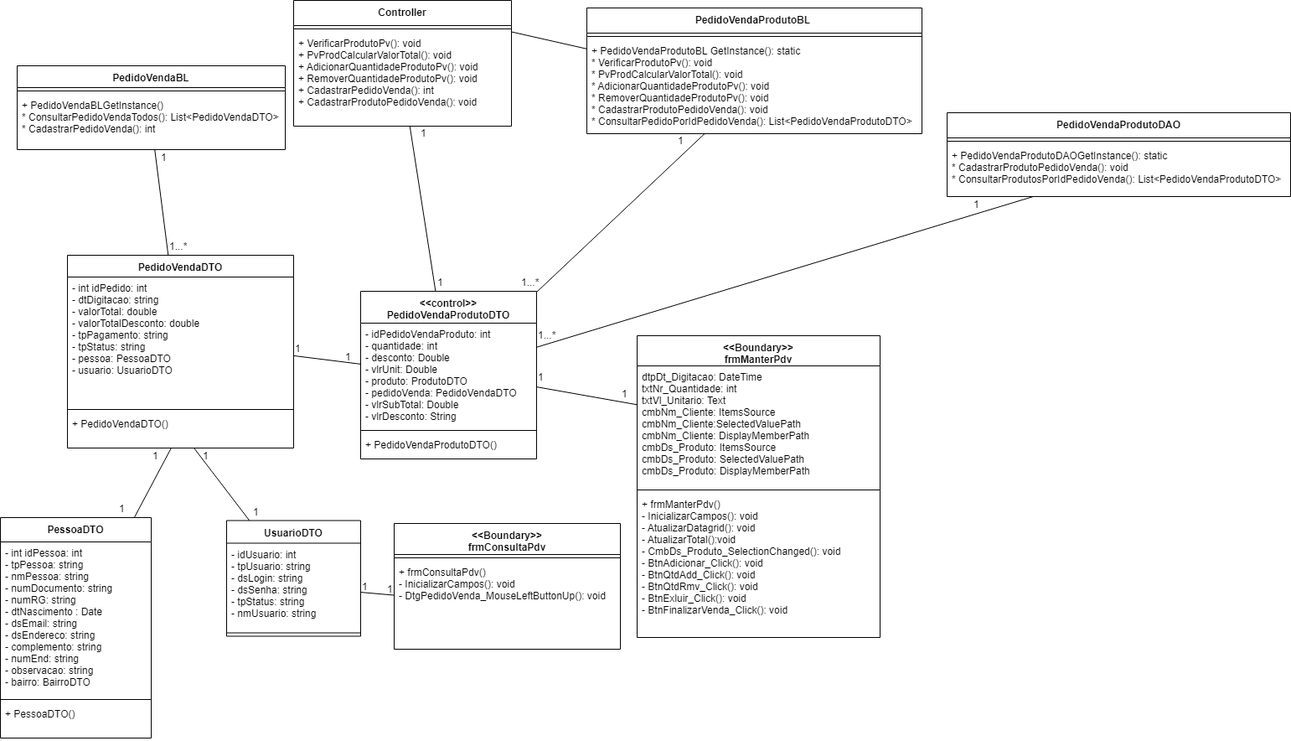
Earlier version of the draw.io export Documentação/Diagramas/Diagrama de Classes/ProdutoVendaDoc.png (System4Developers/pimADS4). Source tidied: cells renumbered, new cells last; positions are measured from the earlier drawing's top-left corner, leaving out a move shared by most shapes.
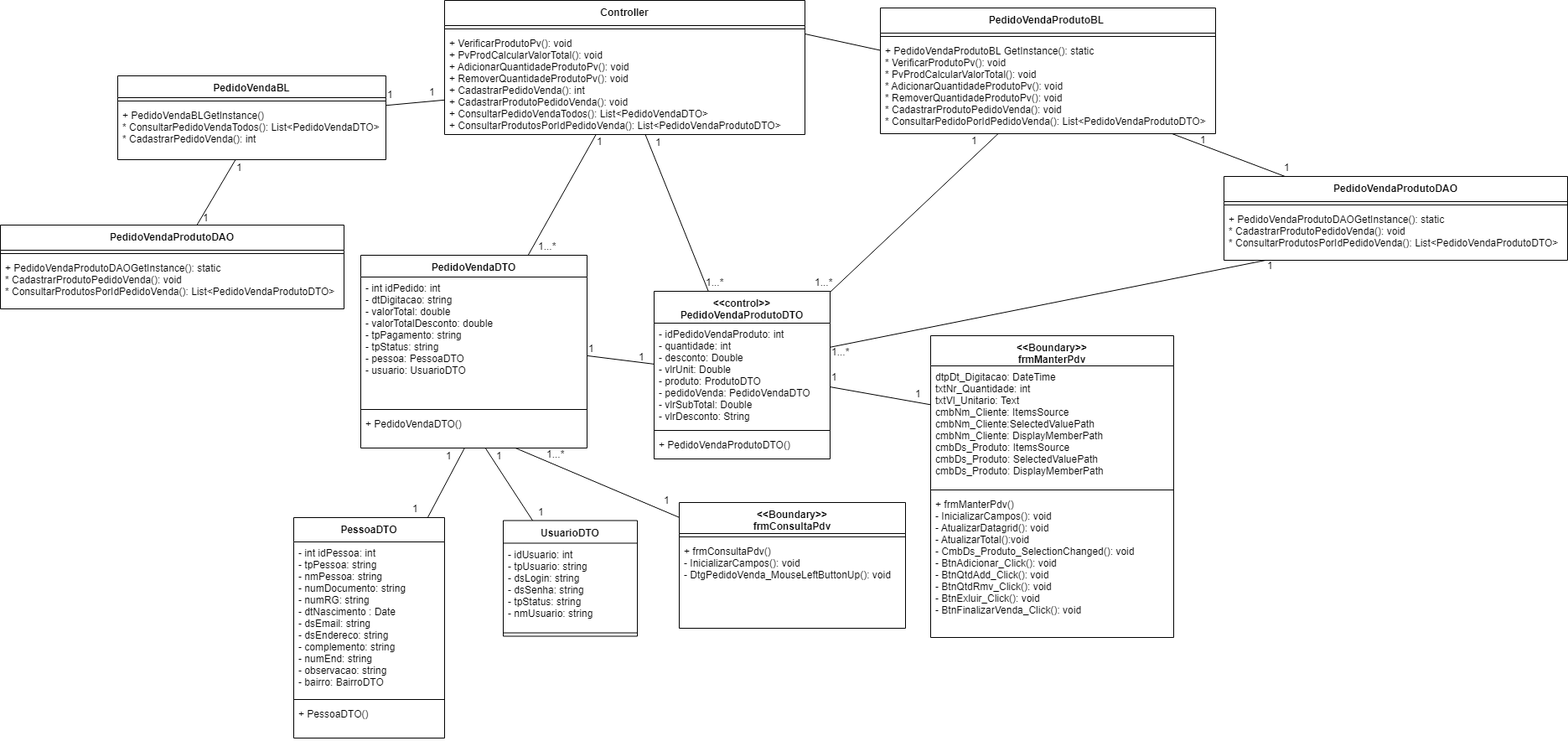
Later version of the same file.

Commit message:
subi resto de diagrama

Diff of the diagram source:
```diff
@@ -15,13 +15,13 @@
       <mxGeometry y="188" width="290" height="172" as="geometry" />
     </mxCell>
     <mxCell id="6" value="Controller" style="swimlane;fontStyle=1;align=center;verticalAlign=top;horizontal=1;startSize=30;" parent="1" vertex="1">
-      <mxGeometry x="350" width="260" height="150" as="geometry" />
+      <mxGeometry x="180" width="430" height="160" as="geometry" />
     </mxCell>
     <mxCell id="7" style="line;strokeWidth=1;fillColor=none;align=left;verticalAlign=middle;spacingTop=-1;spacingLeft=3;spacingRight=3;labelPosition=right;" parent="6" vertex="1">
-      <mxGeometry y="30" width="260" height="8" as="geometry" />
+      <mxGeometry y="30" width="430" height="8" as="geometry" />
     </mxCell>
-    <mxCell id="8" value="+ VerificarProdutoPv(): void&#10;+ PvProdCalcularValorTotal(): void&#10;+ AdicionarQuantidadeProdutoPv(): void&#10;+ RemoverQuantidadeProdutoPv(): void&#10;+ CadastrarPedidoVenda(): int&#10;+ CadastrarProdutoPedidoVenda(): void&#10;" style="text;strokeColor=none;fillColor=none;align=left;verticalAlign=top;spacingLeft=4;spacingRight=4;overflow=hidden;points=[[0,0.5],[1,0.5]];portConstraint=eastwest;" parent="6" vertex="1">
-      <mxGeometry y="38" width="260" height="112" as="geometry" />
+    <mxCell id="8" value="+ VerificarProdutoPv(): void&#10;+ PvProdCalcularValorTotal(): void&#10;+ AdicionarQuantidadeProdutoPv(): void&#10;+ RemoverQuantidadeProdutoPv(): void&#10;+ CadastrarPedidoVenda(): int&#10;+ CadastrarProdutoPedidoVenda(): void&#10;+ ConsultarPedidoVendaTodos(): List&lt;PedidoVendaDTO&gt;&#10;+ ConsultarProdutosPorIdPedidoVenda(): List&lt;PedidoVendaProdutoDTO&gt;" style="text;strokeColor=none;fillColor=none;align=left;verticalAlign=top;spacingLeft=4;spacingRight=4;overflow=hidden;points=[[0,0.5],[1,0.5]];portConstraint=eastwest;" parent="6" vertex="1">
+      <mxGeometry y="38" width="430" height="122" as="geometry" />
     </mxCell>
     <mxCell id="9" value="PedidoVendaProdutoBL " style="swimlane;fontStyle=1;align=center;verticalAlign=top;horizontal=1;startSize=30;" parent="1" vertex="1">
       <mxGeometry x="700" y="9" width="400" height="150" as="geometry" />
@@ -33,7 +33,7 @@
       <mxGeometry y="38" width="400" height="112" as="geometry" />
     </mxCell>
     <mxCell id="12" value="PedidoVendaProdutoDAO" style="swimlane;fontStyle=1;align=center;verticalAlign=top;horizontal=1;startSize=30;" parent="1" vertex="1">
-      <mxGeometry x="1130" y="134" width="410" height="100" as="geometry" />
+      <mxGeometry x="1110" y="210" width="410" height="100" as="geometry" />
     </mxCell>
     <mxCell id="13" style="line;strokeWidth=1;fillColor=none;align=left;verticalAlign=middle;spacingTop=-1;spacingLeft=3;spacingRight=3;labelPosition=right;" parent="12" vertex="1">
       <mxGeometry y="30" width="410" height="8" as="geometry" />
@@ -97,7 +97,7 @@
       <mxGeometry y="221" width="180" height="42" as="geometry" />
     </mxCell>
     <mxCell id="32" value="UsuarioDTO" style="swimlane;fontStyle=1;align=center;verticalAlign=top;horizontal=1;startSize=27;" parent="1" vertex="1">
-      <mxGeometry x="270" y="620.5" width="160" height="138" as="geometry" />
+      <mxGeometry x="250" y="620.5" width="160" height="138" as="geometry" />
     </mxCell>
     <mxCell id="33" value="- idUsuario: int&#10;- tpUsuario: string&#10;- dsLogin: string&#10;- dsSenha: string&#10;- tpStatus: string&#10;- nmUsuario: string" style="text;strokeColor=none;fillColor=none;align=left;verticalAlign=top;spacingLeft=4;spacingRight=4;overflow=hidden;points=[[0,0.5],[1,0.5]];portConstraint=eastwest;" parent="32" vertex="1">
       <mxGeometry y="27" width="160" height="103" as="geometry" />
@@ -106,7 +106,7 @@
       <mxGeometry y="130" width="160" height="8" as="geometry" />
     </mxCell>
     <mxCell id="35" value="PedidoVendaBL" style="swimlane;fontStyle=1;align=center;verticalAlign=top;horizontal=1;startSize=26;" parent="1" vertex="1">
-      <mxGeometry x="20" y="78" width="320" height="100" as="geometry" />
+      <mxGeometry x="-210" y="90" width="320" height="100" as="geometry" />
     </mxCell>
     <mxCell id="36" style="line;strokeWidth=1;fillColor=none;align=left;verticalAlign=middle;spacingTop=-1;spacingLeft=3;spacingRight=3;labelPosition=right;" parent="35" vertex="1">
       <mxGeometry y="26" width="320" height="8" as="geometry" />
@@ -120,14 +120,14 @@
     <mxCell id="39" style="endArrow=none;html=1;" parent="1" edge="1" source="27" target="28">
       <mxGeometry relative="1" as="geometry" />
     </mxCell>
-    <mxCell id="40" style="endArrow=none;html=1;" parent="1" edge="1" source="37" target="24">
+    <mxCell id="40" style="endArrow=none;html=1;" parent="1" edge="1" source="8" target="24">
       <mxGeometry relative="1" as="geometry" />
     </mxCell>
     <mxCell id="41" style="endArrow=none;html=1;" parent="1" edge="1" source="25" target="21">
       <mxGeometry relative="1" as="geometry" />
     </mxCell>
     <mxCell id="42" value="1&lt;br&gt;" style="text;html=1;align=left;verticalAlign=top;spacingTop=-4;" parent="1" vertex="1">
-      <mxGeometry x="300" y="600.5" width="20" height="20" as="geometry" />
+      <mxGeometry x="290" y="600.5" width="20" height="20" as="geometry" />
     </mxCell>
     <mxCell id="43" value="1&lt;br&gt;" style="text;html=1;align=left;verticalAlign=top;spacingTop=-4;" parent="1" vertex="1">
       <mxGeometry x="240" y="534" width="20" height="20" as="geometry" />
@@ -145,16 +145,16 @@
       <mxGeometry x="350" y="406" width="20" height="20" as="geometry" />
     </mxCell>
     <mxCell id="48" value="1&lt;br&gt;" style="text;html=1;align=left;verticalAlign=top;spacingTop=-4;" parent="1" vertex="1">
-      <mxGeometry x="190" y="178" width="20" height="20" as="geometry" />
+      <mxGeometry x="360" y="159" width="20" height="20" as="geometry" />
     </mxCell>
     <mxCell id="49" value="1...*" style="text;html=1;align=left;verticalAlign=top;spacingTop=-4;" parent="1" vertex="1">
-      <mxGeometry x="200" y="284" width="40" height="20" as="geometry" />
+      <mxGeometry x="290" y="284" width="40" height="20" as="geometry" />
     </mxCell>
     <mxCell id="50" value="1&lt;br&gt;" style="text;html=1;align=left;verticalAlign=top;spacingTop=-4;" parent="1" vertex="1">
-      <mxGeometry x="500" y="149" width="20" height="20" as="geometry" />
+      <mxGeometry x="430" y="160" width="20" height="20" as="geometry" />
     </mxCell>
-    <mxCell id="51" value="1" style="text;html=1;align=left;verticalAlign=top;spacingTop=-4;" parent="1" vertex="1">
-      <mxGeometry x="520" y="327" width="20" height="20" as="geometry" />
+    <mxCell id="51" value="1...*" style="text;html=1;align=left;verticalAlign=top;spacingTop=-4;" parent="1" vertex="1">
+      <mxGeometry x="490" y="327" width="40" height="20" as="geometry" />
     </mxCell>
     <mxCell id="52" value="1...*" style="text;html=1;align=left;verticalAlign=top;spacingTop=-4;" parent="1" vertex="1">
       <mxGeometry x="620" y="327" width="40" height="20" as="geometry" />
@@ -163,10 +163,10 @@
       <mxGeometry x="807" y="158" width="20" height="20" as="geometry" />
     </mxCell>
     <mxCell id="54" value="1...*" style="text;html=1;align=left;verticalAlign=top;spacingTop=-4;" parent="1" vertex="1">
-      <mxGeometry x="640" y="390" width="40" height="20" as="geometry" />
+      <mxGeometry x="640" y="410" width="40" height="20" as="geometry" />
     </mxCell>
     <mxCell id="55" value="1&lt;br&gt;" style="text;html=1;align=left;verticalAlign=top;spacingTop=-4;" parent="1" vertex="1">
-      <mxGeometry x="1160" y="234" width="20" height="20" as="geometry" />
+      <mxGeometry x="1160" y="307" width="20" height="20" as="geometry" />
     </mxCell>
     <mxCell id="56" value="1&lt;br&gt;" style="text;html=1;align=left;verticalAlign=top;spacingTop=-4;" parent="1" vertex="1">
       <mxGeometry x="640" y="440" width="20" height="20" as="geometry" />
@@ -175,7 +175,7 @@
       <mxGeometry x="740" y="460" width="20" height="20" as="geometry" />
     </mxCell>
     <mxCell id="58" value="&lt;&lt;Boundary&gt;&gt;&#10;frmConsultaPdv" style="swimlane;fontStyle=1;align=center;verticalAlign=top;horizontal=1;startSize=37;" parent="1" vertex="1">
-      <mxGeometry x="470" y="624" width="270" height="150" as="geometry" />
+      <mxGeometry x="460" y="599" width="270" height="150" as="geometry" />
     </mxCell>
     <mxCell id="59" style="line;strokeWidth=1;fillColor=none;align=left;verticalAlign=middle;spacingTop=-1;spacingLeft=3;spacingRight=3;labelPosition=right;" parent="58" vertex="1">
       <mxGeometry y="37" width="270" height="8" as="geometry" />
@@ -183,14 +183,50 @@
     <mxCell id="60" value="+ frmConsultaPdv()&#10;- InicializarCampos(): void&#10;- DtgPedidoVenda_MouseLeftButtonUp(): void&#10;" style="text;strokeColor=none;fillColor=none;align=left;verticalAlign=top;spacingLeft=4;spacingRight=4;overflow=hidden;points=[[0,0.5],[1,0.5]];portConstraint=eastwest;" parent="58" vertex="1">
       <mxGeometry y="45" width="270" height="105" as="geometry" />
     </mxCell>
-    <mxCell id="61" style="endArrow=none;html=1;" parent="1" edge="1" source="33" target="60">
+    <mxCell id="61" style="endArrow=none;html=1;" parent="1" edge="1" source="27" target="58">
       <mxGeometry relative="1" as="geometry" />
     </mxCell>
-    <mxCell id="62" value="1&lt;br&gt;" style="text;html=1;align=left;verticalAlign=top;spacingTop=-4;" parent="1" vertex="1">
-      <mxGeometry x="430" y="689.5" width="20" height="20" as="geometry" />
+    <mxCell id="62" value="1...*" style="text;html=1;align=left;verticalAlign=top;spacingTop=-4;" parent="1" vertex="1">
+      <mxGeometry x="300" y="531.5" width="40" height="20" as="geometry" />
     </mxCell>
     <mxCell id="63" value="1&lt;br&gt;" style="text;html=1;align=left;verticalAlign=top;spacingTop=-4;" parent="1" vertex="1">
-      <mxGeometry x="460" y="692.5" width="20" height="20" as="geometry" />
+      <mxGeometry x="440" y="587" width="20" height="20" as="geometry" />
     </mxCell>
+    <mxCell id="64" style="endArrow=none;html=1;" parent="1" edge="1" source="11" target="12">
+      <mxGeometry relative="1" as="geometry" />
+    </mxCell>
+    <mxCell id="65" style="endArrow=none;html=1;" parent="1" edge="1" source="8" target="35">
+      <mxGeometry relative="1" as="geometry" />
+    </mxCell>
+    <mxCell id="66" value="PedidoVendaProdutoDAO" style="swimlane;fontStyle=1;align=center;verticalAlign=top;horizontal=1;startSize=30;" parent="1" vertex="1">
+      <mxGeometry x="-350" y="268" width="410" height="100" as="geometry" />
+    </mxCell>
+    <mxCell id="67" style="line;strokeWidth=1;fillColor=none;align=left;verticalAlign=middle;spacingTop=-1;spacingLeft=3;spacingRight=3;labelPosition=right;" parent="66" vertex="1">
+      <mxGeometry y="30" width="410" height="8" as="geometry" />
+    </mxCell>
+    <mxCell id="68" value="+ PedidoVendaProdutoDAOGetInstance(): static&#10;* CadastrarProdutoPedidoVenda(): void&#10;* ConsultarProdutosPorIdPedidoVenda(): List&lt;PedidoVendaProdutoDTO&gt;&#10;" style="text;strokeColor=none;fillColor=none;align=left;verticalAlign=top;spacingLeft=4;spacingRight=4;overflow=hidden;" parent="66" vertex="1">
+      <mxGeometry y="38" width="410" height="62" as="geometry" />
+    </mxCell>
+    <mxCell id="69" style="endArrow=none;html=1;" parent="1" edge="1" source="66" target="37">
+      <mxGeometry relative="1" as="geometry" />
+    </mxCell>
+    <mxCell id="70" value="1" style="text;html=1;align=left;verticalAlign=top;spacingTop=-4;" parent="1" vertex="1">
+      <mxGeometry x="110" y="103" width="20" height="20" as="geometry" />
+    </mxCell>
+    <mxCell id="71" value="1" style="text;html=1;align=left;verticalAlign=top;spacingTop=-4;" parent="1" vertex="1">
+      <mxGeometry x="160" y="100" width="20" height="20" as="geometry" />
+    </mxCell>
+    <mxCell id="72" value="1" style="text;html=1;align=left;verticalAlign=top;spacingTop=-4;" parent="1" vertex="1">
+      <mxGeometry x="-70" y="190" width="20" height="20" as="geometry" />
+    </mxCell>
+    <mxCell id="73" value="1" style="text;html=1;align=left;verticalAlign=top;spacingTop=-4;" parent="1" vertex="1">
+      <mxGeometry x="-110" y="250" width="20" height="20" as="geometry" />
+    </mxCell>
+    <mxCell id="74" value="1&lt;br&gt;" style="text;html=1;align=left;verticalAlign=top;spacingTop=-4;" parent="1" vertex="1">
+      <mxGeometry x="1180" y="190" width="20" height="20" as="geometry" />
+    </mxCell>
+    <mxCell id="75" value="1&lt;br&gt;" style="text;html=1;align=left;verticalAlign=top;spacingTop=-4;" parent="1" vertex="1">
+      <mxGeometry x="1080" y="157" width="20" height="20" as="geometry" />
+    </mxCell>
   </root>
 </mxGraphModel>
```
